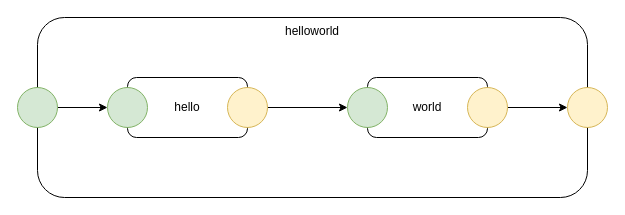
Before: page "helloworld" (2 of 5) of hello world eh.drawio in guitarvydas/eh, a draw.io diagram. Source tidied: cells renumbered, new cells numbered last; positions are measured from the earlier drawing's top-left corner, leaving out a move shared by most shapes. Both pictures are drawn from the tidied source at 100%, with x=0, y=0 at pixel (17, 17).
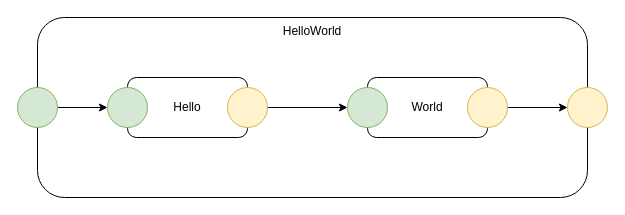
Above is the later version.

Commit message (it also covers changes not shown here):
Hello instead of hello

The edit, as a diff of the source:
```diff
@@
 <mxGraphModel>
   <root>
     <mxCell id="0" />
     <mxCell id="1" parent="0" />
-    <mxCell id="2" value="helloworld" style="rounded=1;whiteSpace=wrap;html=1;verticalAlign=top;" parent="1" vertex="1">
+    <mxCell id="2" value="HelloWorld" style="rounded=1;whiteSpace=wrap;html=1;verticalAlign=top;" parent="1" vertex="1">
       <mxGeometry x="20" width="550" height="180" as="geometry" />
     </mxCell>
-    <mxCell id="3" value="hello" style="rounded=1;whiteSpace=wrap;html=1;" parent="1" vertex="1">
+    <mxCell id="3" value="Hello" style="rounded=1;whiteSpace=wrap;html=1;" parent="1" vertex="1">
       <mxGeometry x="110" y="60" width="120" height="60" as="geometry" />
     </mxCell>
-    <mxCell id="4" value="world" style="rounded=1;whiteSpace=wrap;html=1;" parent="1" vertex="1">
+    <mxCell id="4" value="World" style="rounded=1;whiteSpace=wrap;html=1;" parent="1" vertex="1">
       <mxGeometry x="350" y="60" width="120" height="60" as="geometry" />
     </mxCell>
     <mxCell id="5" style="edgeStyle=orthogonalEdgeStyle;rounded=0;jettySize=auto;html=1;exitX=1;exitY=0.5;exitDx=0;exitDy=0;entryX=0;entryY=0.5;entryDx=0;entryDy=0;" parent="1" edge="1" source="6" target="7">
       <mxGeometry relative="1" as="geometry" />
     </mxCell>
     <mxCell id="6" style="ellipse;whiteSpace=wrap;html=1;fillColor=#fff2cc;strokeColor=#d6b656;" parent="1" vertex="1">
       <mxGeometry x="210" y="70" width="40" height="40" as="geometry" />
     </mxCell>
     <mxCell id="7" style="ellipse;whiteSpace=wrap;html=1;fillColor=#d5e8d4;strokeColor=#82b366;" parent="1" vertex="1">
       <mxGeometry x="330" y="70" width="40" height="40" as="geometry" />
     </mxCell>
     <mxCell id="8" style="ellipse;whiteSpace=wrap;html=1;fillColor=#d5e8d4;strokeColor=#82b366;" parent="1" vertex="1">
       <mxGeometry x="90" y="70" width="40" height="40" as="geometry" />
     </mxCell>
     <mxCell id="9" style="edgeStyle=orthogonalEdgeStyle;rounded=0;jettySize=auto;html=1;exitX=1;exitY=0.5;exitDx=0;exitDy=0;" parent="1" edge="1" source="10" target="11">
       <mxGeometry relative="1" as="geometry" />
     </mxCell>
     <mxCell id="10" style="ellipse;whiteSpace=wrap;html=1;fillColor=#fff2cc;strokeColor=#d6b656;" parent="1" vertex="1">
       <mxGeometry x="450" y="70" width="40" height="40" as="geometry" />
     </mxCell>
     <mxCell id="11" style="ellipse;whiteSpace=wrap;html=1;fillColor=#fff2cc;strokeColor=#d6b656;" parent="1" vertex="1">
       <mxGeometry x="550" y="70" width="40" height="40" as="geometry" />
     </mxCell>
     <mxCell id="12" style="edgeStyle=orthogonalEdgeStyle;rounded=0;jettySize=auto;html=1;exitX=1;exitY=0.5;exitDx=0;exitDy=0;entryX=0;entryY=0.5;entryDx=0;entryDy=0;" parent="1" edge="1" source="13" target="8">
       <mxGeometry relative="1" as="geometry" />
     </mxCell>
     <mxCell id="13" style="ellipse;whiteSpace=wrap;html=1;fillColor=#d5e8d4;strokeColor=#82b366;" parent="1" vertex="1">
       <mxGeometry y="70" width="40" height="40" as="geometry" />
     </mxCell>
   </root>
 </mxGraphModel>
```
